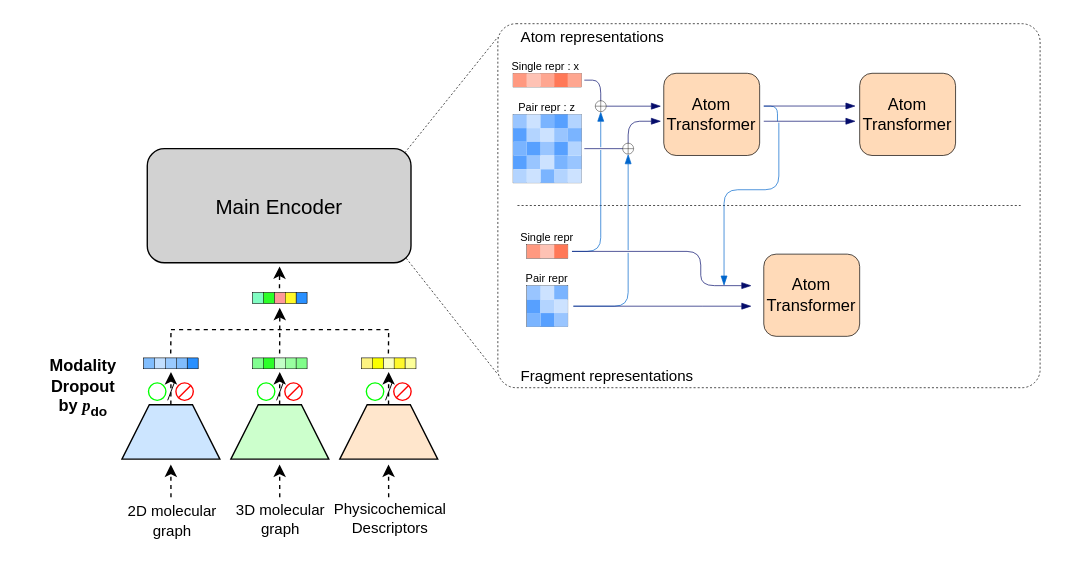
Earlier version of the draw.io diagram gmol_ligonly_architecture.drawio (rladbtls1998/public_temp). Source tidied: cells renumbered, new cells numbered last; positions are measured from the earlier drawing's top-left corner, leaving out a move shared by most shapes. Both pictures are drawn from the tidied source at 137%, with x=0, y=0 at pixel (23, 23).
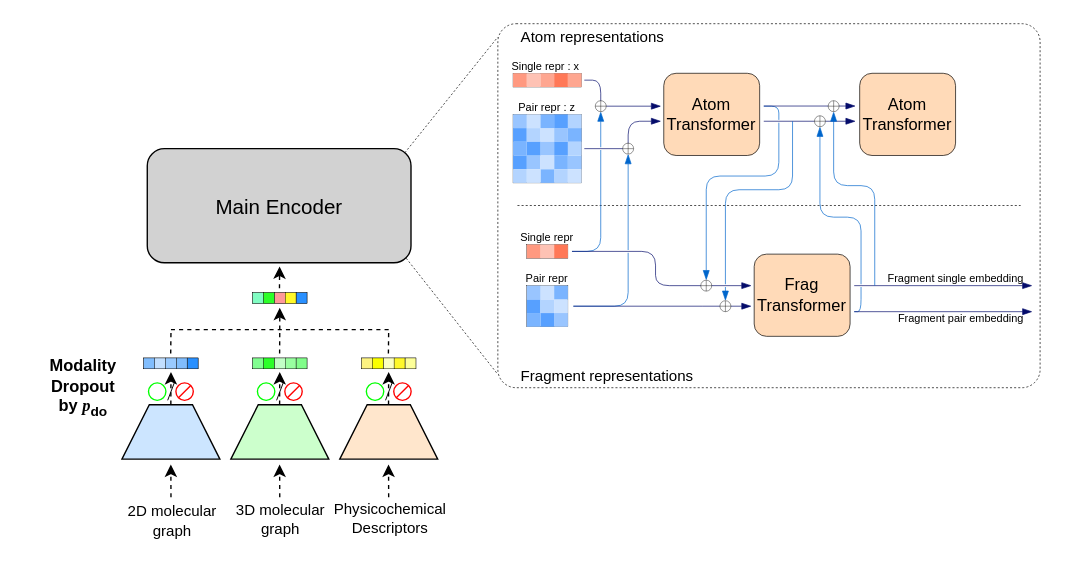
After the change.

Diff of the diagram source:
```diff
@@
+    <mxCell id="144" style="endArrow=none;html=1;rounded=1;curved=0;strokeWidth=0.5;endFill=1;strokeColor=#0066CC;startFill=0;" parent="1" edge="1">
+      <mxGeometry relative="1" as="geometry">
+        <mxPoint x="606" y="210" as="sourcePoint" />
+        <mxPoint x="611" y="192" as="targetPoint" />
+        <Array as="points">
+          <mxPoint x="611" y="210" />
+        </Array>
+      </mxGeometry>
+    </mxCell>
     <mxCell id="2" style="endArrow=none;html=1;rounded=1;curved=0;strokeWidth=0.5;endFill=1;strokeColor=#0066CC;startFill=0;" parent="1" edge="1">
       <mxGeometry relative="1" as="geometry">
-        <mxPoint x="550" y="71" as="sourcePoint" />
+        <mxPoint x="551" y="70" as="sourcePoint" />
         <mxPoint x="540" y="60" as="targetPoint" />
         <Array as="points">
-          <mxPoint x="550" y="60" />
+          <mxPoint x="551" y="60" />
         </Array>
       </mxGeometry>
     </mxCell>
@@
-    <mxCell id="104" value="Atom&lt;div&gt;Transformer&lt;/div&gt;" style="rounded=1;whiteSpace=wrap;html=1;fillColor=#FFDAB8;strokeWidth=0.5;strokeColor=default;" parent="1" vertex="1">
-      <mxGeometry x="540" y="168" width="70" height="60" as="geometry" />
+    <mxCell id="104" value="Frag&lt;div&gt;Transformer&lt;/div&gt;" style="rounded=1;whiteSpace=wrap;html=1;fillColor=#FFDAB8;strokeWidth=0.5;strokeColor=default;" parent="1" vertex="1">
+      <mxGeometry x="533" y="168" width="70" height="60" as="geometry" />
     </mxCell>
@@
     <mxCell id="139" style="endArrow=blockThin;html=1;rounded=1;curved=0;strokeWidth=0.5;endFill=1;strokeColor=#050C6B;" parent="1" edge="1">
       <mxGeometry relative="1" as="geometry">
         <mxPoint x="400" y="166" as="sourcePoint" />
         <mxPoint x="531" y="191" as="targetPoint" />
         <Array as="points">
-          <mxPoint x="494" y="166" />
-          <mxPoint x="494" y="191" />
+          <mxPoint x="461" y="166" />
+          <mxPoint x="461" y="191" />
         </Array>
       </mxGeometry>
     </mxCell>
@@
     <mxCell id="143" style="endArrow=blockThin;html=1;rounded=1;curved=0;strokeWidth=0.5;endFill=1;strokeColor=#0066CC;startFill=0;" parent="1" edge="1">
       <mxGeometry relative="1" as="geometry">
         <mxPoint x="551" y="72" as="sourcePoint" />
-        <mxPoint x="511" y="191" as="targetPoint" />
+        <mxPoint x="498" y="187" as="targetPoint" />
         <Array as="points">
-          <mxPoint x="551" y="121" />
-          <mxPoint x="511" y="121" />
+          <mxPoint x="551" y="111" />
+          <mxPoint x="498" y="111" />
         </Array>
       </mxGeometry>
     </mxCell>
+    <mxCell id="145" style="endArrow=none;html=1;rounded=1;curved=0;strokeWidth=0.5;endFill=1;strokeColor=#0066CC;startFill=0;" parent="1" edge="1">
+      <mxGeometry relative="1" as="geometry">
+        <mxPoint x="561" y="71" as="sourcePoint" />
+        <mxPoint x="512" y="190" as="targetPoint" />
+        <Array as="points">
+          <mxPoint x="561" y="121" />
+          <mxPoint x="512" y="121" />
+        </Array>
+      </mxGeometry>
+    </mxCell>
+    <mxCell id="146" style="endArrow=blockThin;html=1;rounded=0;curved=0;strokeWidth=0.5;endFill=1;strokeColor=#0066CC;startFill=0;" parent="1" edge="1">
+      <mxGeometry relative="1" as="geometry">
+        <mxPoint x="512" y="192" as="sourcePoint" />
+        <mxPoint x="512" y="202" as="targetPoint" />
+      </mxGeometry>
+    </mxCell>
+    <mxCell id="147" style="group;" parent="1" vertex="1">
+      <mxGeometry x="494" y="187" width="8" height="8" as="geometry" />
+    </mxCell>
+    <mxCell id="148" style="ellipse;whiteSpace=wrap;html=1;strokeWidth=0.3;" parent="147" vertex="1">
+      <mxGeometry width="8" height="8" as="geometry" />
+    </mxCell>
+    <mxCell id="149" style="endArrow=none;html=1;rounded=0;strokeWidth=0.3;entryX=0.5;entryY=0;entryDx=0;entryDy=0;exitX=0.5;exitY=1;exitDx=0;exitDy=0;" parent="147" edge="1" source="148" target="148">
+      <mxGeometry relative="1" as="geometry" />
+    </mxCell>
+    <mxCell id="150" style="endArrow=none;html=1;rounded=0;strokeWidth=0.3;entryX=0;entryY=0.5;entryDx=0;entryDy=0;exitX=1;exitY=0.5;exitDx=0;exitDy=0;" parent="147" edge="1" source="148" target="148">
+      <mxGeometry relative="1" as="geometry" />
+    </mxCell>
+    <mxCell id="151" style="group;" parent="1" vertex="1">
+      <mxGeometry x="508" y="202" width="8" height="8" as="geometry" />
+    </mxCell>
+    <mxCell id="152" style="ellipse;whiteSpace=wrap;html=1;strokeWidth=0.3;" parent="151" vertex="1">
+      <mxGeometry width="8" height="8" as="geometry" />
+    </mxCell>
+    <mxCell id="153" style="endArrow=none;html=1;rounded=0;strokeWidth=0.3;entryX=0.5;entryY=0;entryDx=0;entryDy=0;exitX=0.5;exitY=1;exitDx=0;exitDy=0;" parent="151" edge="1" source="152" target="152">
+      <mxGeometry relative="1" as="geometry" />
+    </mxCell>
+    <mxCell id="154" style="endArrow=none;html=1;rounded=0;strokeWidth=0.3;entryX=0;entryY=0.5;entryDx=0;entryDy=0;exitX=1;exitY=0.5;exitDx=0;exitDy=0;" parent="151" edge="1" source="152" target="152">
+      <mxGeometry relative="1" as="geometry" />
+    </mxCell>
+    <mxCell id="155" style="endArrow=blockThin;html=1;rounded=0;curved=0;strokeWidth=0.5;endFill=1;strokeColor=#050C6B;" parent="1" edge="1">
+      <mxGeometry relative="1" as="geometry">
+        <mxPoint x="606" y="210" as="sourcePoint" />
+        <mxPoint x="736" y="210" as="targetPoint" />
+        <Array as="points">
+          <mxPoint x="700" y="210" />
+        </Array>
+      </mxGeometry>
+    </mxCell>
+    <mxCell id="156" style="endArrow=blockThin;html=1;rounded=0;curved=0;strokeWidth=0.5;endFill=1;strokeColor=#050C6B;" parent="1" edge="1">
+      <mxGeometry relative="1" as="geometry">
+        <mxPoint x="606" y="191" as="sourcePoint" />
+        <mxPoint x="736" y="191" as="targetPoint" />
+        <Array as="points">
+          <mxPoint x="700" y="191" />
+        </Array>
+      </mxGeometry>
+    </mxCell>
+    <mxCell id="157" value="&lt;font&gt;Fragment pair embedding&lt;/font&gt;" style="text;html=1;align=right;verticalAlign=middle;whiteSpace=wrap;rounded=0;fontSize=8;" parent="1" vertex="1">
+      <mxGeometry x="621" y="210" width="111" height="10" as="geometry" />
+    </mxCell>
+    <mxCell id="158" value="&lt;font&gt;Fragment single embedding&lt;/font&gt;" style="text;html=1;align=right;verticalAlign=middle;whiteSpace=wrap;rounded=0;fontSize=8;" parent="1" vertex="1">
+      <mxGeometry x="621" y="181" width="111" height="10" as="geometry" />
+    </mxCell>
+    <mxCell id="159" style="endArrow=blockThin;html=1;rounded=1;curved=0;strokeWidth=0.5;endFill=1;strokeColor=#0066CC;startFill=0;" parent="1" edge="1">
+      <mxGeometry relative="1" as="geometry">
+        <mxPoint x="611" y="190" as="sourcePoint" />
+        <mxPoint x="581" y="75" as="targetPoint" />
+        <Array as="points">
+          <mxPoint x="611" y="141" />
+          <mxPoint x="581" y="141" />
+        </Array>
+      </mxGeometry>
+    </mxCell>
+    <mxCell id="160" style="endArrow=none;html=1;rounded=1;curved=0;strokeWidth=0.5;endFill=1;strokeColor=#0066CC;startFill=0;" parent="1" edge="1">
+      <mxGeometry relative="1" as="geometry">
+        <mxPoint x="621" y="191" as="sourcePoint" />
+        <mxPoint x="591" y="70" as="targetPoint" />
+        <Array as="points">
+          <mxPoint x="621" y="118" />
+          <mxPoint x="591" y="118" />
+        </Array>
+      </mxGeometry>
+    </mxCell>
+    <mxCell id="161" style="group;" parent="1" vertex="1">
+      <mxGeometry x="587" y="56" width="8" height="8" as="geometry" />
+    </mxCell>
+    <mxCell id="162" style="ellipse;whiteSpace=wrap;html=1;strokeWidth=0.3;" parent="161" vertex="1">
+      <mxGeometry width="8" height="8" as="geometry" />
+    </mxCell>
+    <mxCell id="163" style="endArrow=none;html=1;rounded=0;strokeWidth=0.3;entryX=0.5;entryY=0;entryDx=0;entryDy=0;exitX=0.5;exitY=1;exitDx=0;exitDy=0;" parent="161" edge="1" source="162" target="162">
+      <mxGeometry relative="1" as="geometry" />
+    </mxCell>
+    <mxCell id="164" style="endArrow=none;html=1;rounded=0;strokeWidth=0.3;entryX=0;entryY=0.5;entryDx=0;entryDy=0;exitX=1;exitY=0.5;exitDx=0;exitDy=0;" parent="161" edge="1" source="162" target="162">
+      <mxGeometry relative="1" as="geometry" />
+    </mxCell>
+    <mxCell id="165" style="group;" parent="1" vertex="1">
+      <mxGeometry x="577" y="67" width="8" height="8" as="geometry" />
+    </mxCell>
+    <mxCell id="166" style="ellipse;whiteSpace=wrap;html=1;strokeWidth=0.3;" parent="165" vertex="1">
+      <mxGeometry width="8" height="8" as="geometry" />
+    </mxCell>
+    <mxCell id="167" style="endArrow=none;html=1;rounded=0;strokeWidth=0.3;entryX=0.5;entryY=0;entryDx=0;entryDy=0;exitX=0.5;exitY=1;exitDx=0;exitDy=0;" parent="165" edge="1" source="166" target="166">
+      <mxGeometry relative="1" as="geometry" />
+    </mxCell>
+    <mxCell id="168" style="endArrow=none;html=1;rounded=0;strokeWidth=0.3;entryX=0;entryY=0.5;entryDx=0;entryDy=0;exitX=1;exitY=0.5;exitDx=0;exitDy=0;" parent="165" edge="1" source="166" target="166">
+      <mxGeometry relative="1" as="geometry" />
+    </mxCell>
+    <mxCell id="169" style="endArrow=blockThin;html=1;rounded=0;curved=0;strokeWidth=0.5;endFill=1;strokeColor=#0066CC;startFill=0;" parent="1" edge="1">
+      <mxGeometry relative="1" as="geometry">
+        <mxPoint x="591" y="71" as="sourcePoint" />
+        <mxPoint x="591" y="64" as="targetPoint" />
+      </mxGeometry>
+    </mxCell>
```
